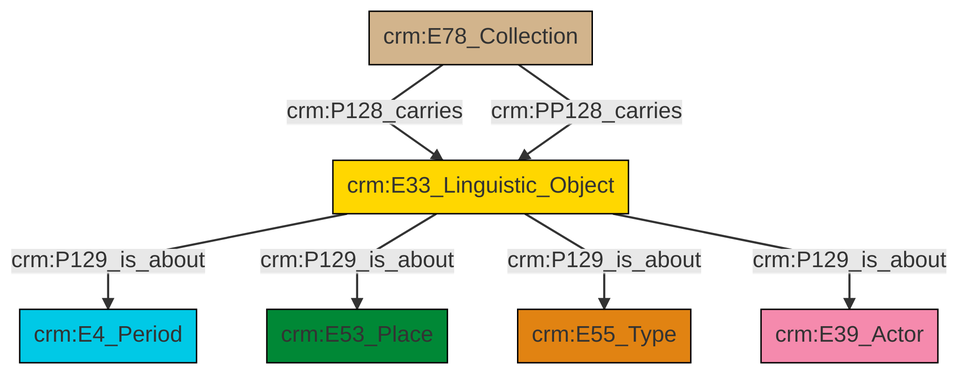
Above: et/archivalCSV/ttl/mmd/png/archival_aboutness.png in swiss-art-research-net/docs.swissartresearch (Mermaid), before the change. Its source is kept beside it as et/archivalCSV/ttl/mmd/archival_aboutness.ttl.mmd.
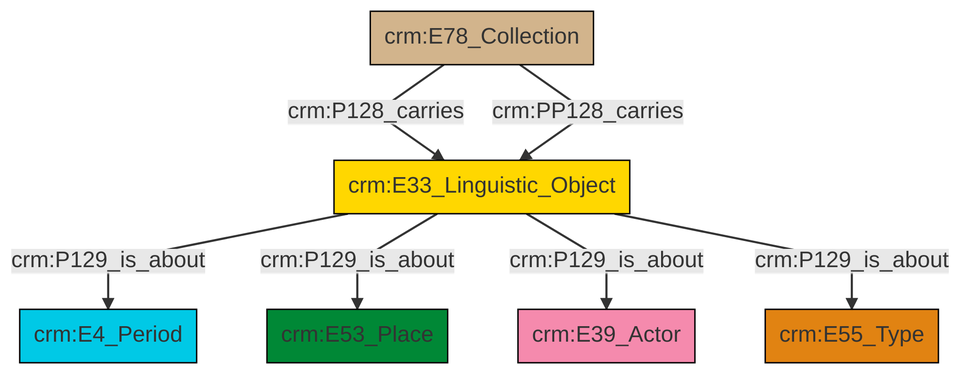
The same diagram one commit later.

Change to the diagram source:
```diff
@@ -13,9 +13,9 @@
 classDef PC_Classes fill:#4ce600, stroke:#000000;
 classDef Multi fill:#cccccc,stroke:#000000;
 
-2["crm:E78_Collection"]:::Physical_Thing -->|crm:P128_carries| 3["crm:E33_Linguistic_Object"]:::Conceptual_Object
-3["crm:E33_Linguistic_Object"]:::Conceptual_Object -->|crm:P129_is_about| 0["crm:E4_Period"]:::Temporal_Entity
-3["crm:E33_Linguistic_Object"]:::Conceptual_Object -->|crm:P129_is_about| 4["crm:E53_Place"]:::Place
-3["crm:E33_Linguistic_Object"]:::Conceptual_Object -->|crm:P129_is_about| 9["crm:E55_Type"]:::Type
-2["crm:E78_Collection"]:::Physical_Thing -->|crm:PP128_carries| 3["crm:E33_Linguistic_Object"]:::Conceptual_Object
-3["crm:E33_Linguistic_Object"]:::Conceptual_Object -->|crm:P129_is_about| 7["crm:E39_Actor"]:::Actor
+0["crm:E33_Linguistic_Object"]:::Conceptual_Object -->|crm:P129_is_about| 2["crm:E4_Period"]:::Temporal_Entity
+3["crm:E78_Collection"]:::Physical_Thing -->|crm:P128_carries| 0["crm:E33_Linguistic_Object"]:::Conceptual_Object
+3["crm:E78_Collection"]:::Physical_Thing -->|crm:PP128_carries| 0["crm:E33_Linguistic_Object"]:::Conceptual_Object
+0["crm:E33_Linguistic_Object"]:::Conceptual_Object -->|crm:P129_is_about| 10["crm:E53_Place"]:::Place
+0["crm:E33_Linguistic_Object"]:::Conceptual_Object -->|crm:P129_is_about| 5["crm:E39_Actor"]:::Actor
+0["crm:E33_Linguistic_Object"]:::Conceptual_Object -->|crm:P129_is_about| 7["crm:E55_Type"]:::Type
```
